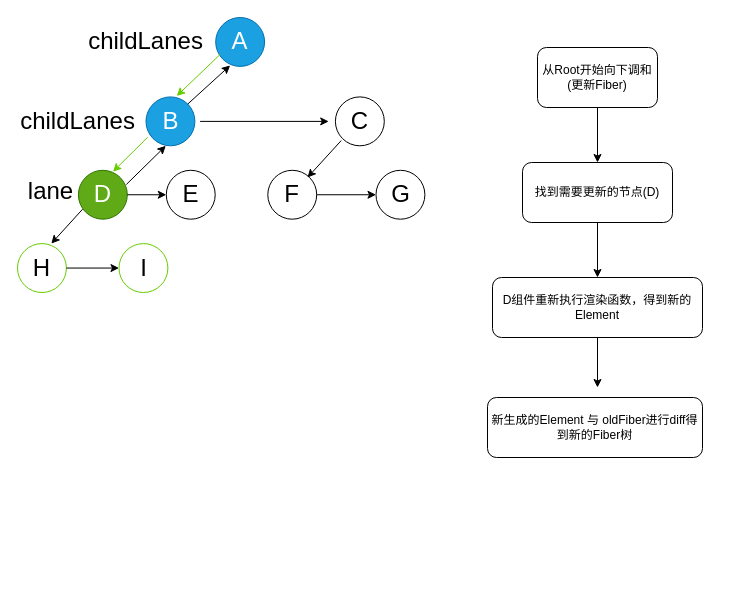
Earlier version of the draw.io diagram React/diff/2.调和过程.drawio (YoungMandy/Web-Front). Source tidied: cells renumbered, new cells numbered last; positions are measured from the earlier drawing's top-left corner, leaving out a move shared by most shapes. Both pictures are drawn from the tidied source at 100%, with x=0, y=0 at pixel (17, 17).
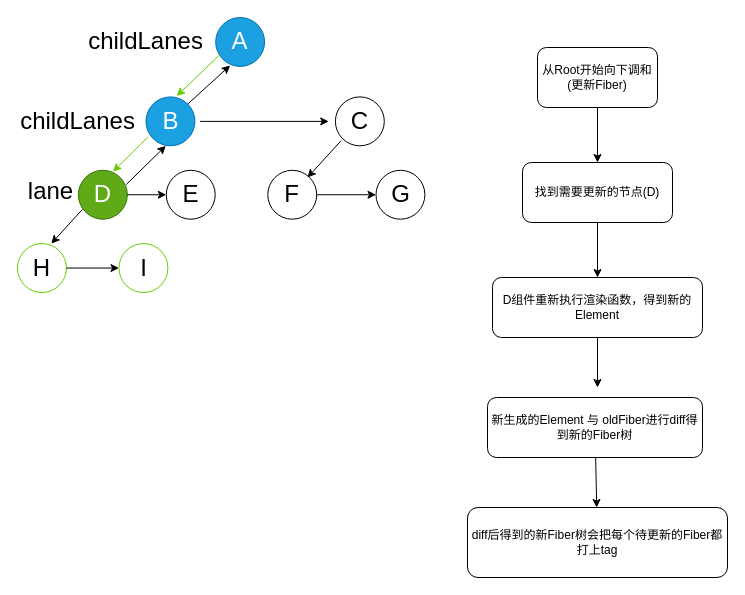
Above is the later version.

Unchanged cells that the change refers to:
```xml
<mxCell id="9" value="新生成的Element 与 oldFiber进行diff得到新的Fiber树" style="rounded=1;whiteSpace=wrap;html=1;" parent="1" vertex="1">
  <mxGeometry x="470" y="380" width="215" height="60" as="geometry" />
</mxCell>
```

What changed in the source:
```diff
@@
+    <mxCell id="32" style="edgeStyle=none;html=1;" parent="1" edge="1" source="9" target="33">
+      <mxGeometry relative="1" as="geometry" />
+    </mxCell>
@@
+    <mxCell id="33" value="diff后得到的新Fiber树会把每个待更新的Fiber都打上tag" style="rounded=1;whiteSpace=wrap;html=1;" parent="1" vertex="1">
+      <mxGeometry x="450" y="490" width="260" height="70" as="geometry" />
+    </mxCell>
```
